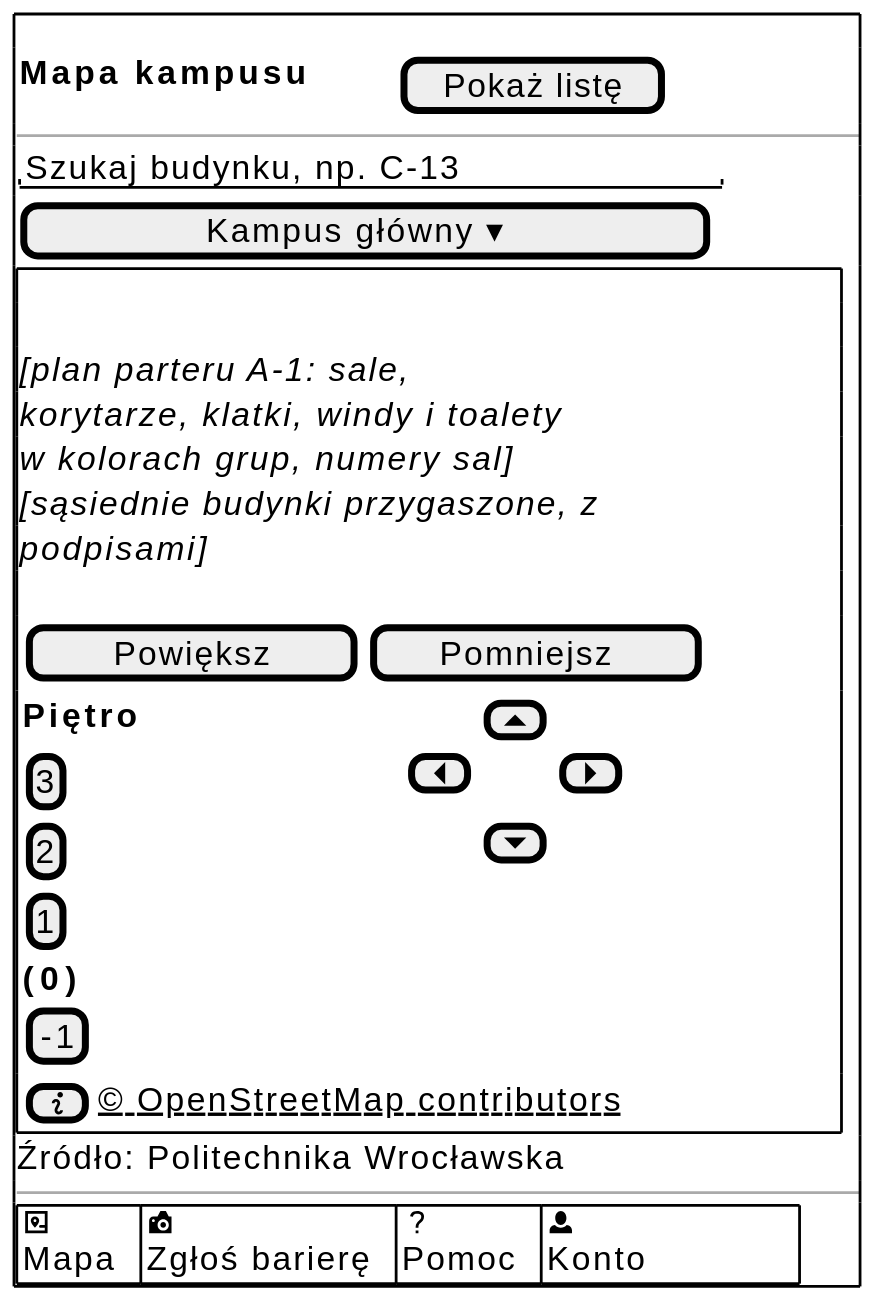
dostepny-kampus/dostepny-kampus keeps this PlantUML diagram as docs/docs/_generated/m-v1-mapa-plan.svg. Above is the earlier version.
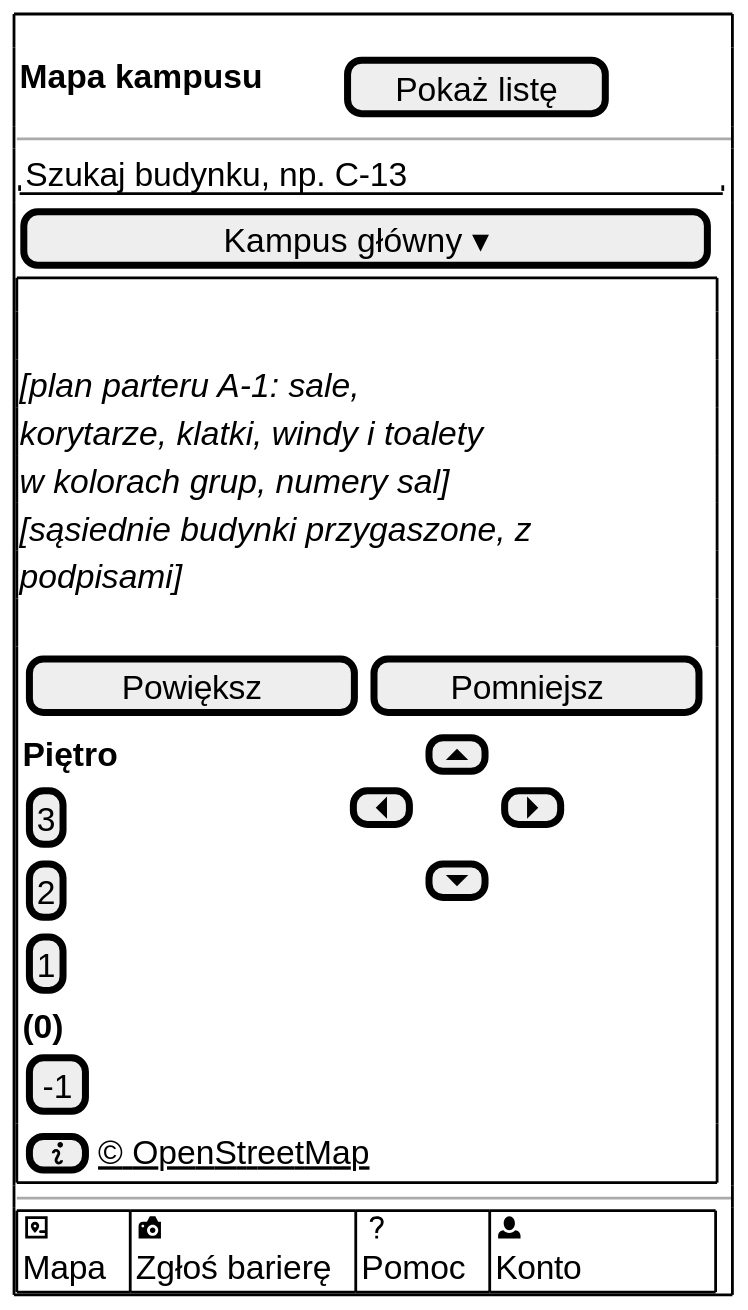
The same diagram one commit later.

Diff of the diagram source:
```diff
@@ -1,6 +1,6 @@
 @startsalt
 ' V1 Mapa kampusu, plan piętra po przybliżeniu budynku szczegółowego (US16.1): piętro wejścia zalecanego,
-' kolumna pięter po lewej pod przyciskiem terenu, sąsiednie budynki przygaszone, podpis źródła.
+' kolumna pięter po lewej pod przyciskiem terenu, sąsiednie budynki przygaszone.
 !include _wspolne.iuml
 !include _odwiedzajacy.iuml
 $ekran_poczatek()
@@ -21,9 +21,8 @@
   <b>(0)</b> | . | . | . | .
   [-1] | . | . | . | .
 }
-{ [<&info>] | <u>© OpenStreetMap contributors</u> }
+{ [<&info>] | <u>© OpenStreetMap</u> }
 }
-Źródło: Politechnika Wrocławska
 $pasek_dolny_konto()
 $ekran_koniec()
 @endsalt
```
